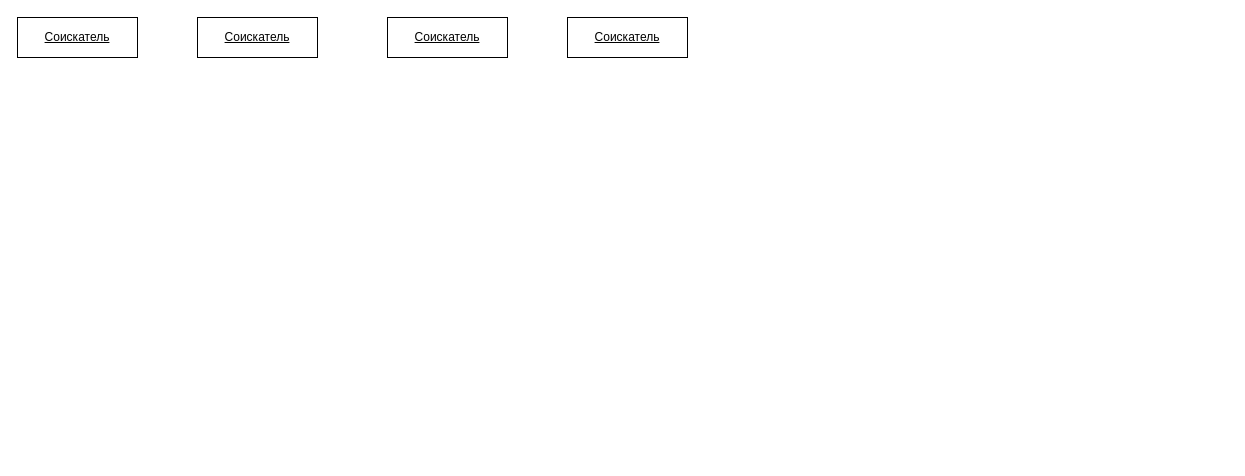
Above: page "Детализированная диаграмма" (2 of 2) of 1-3 Диаграмма последовательности.drawio in kostya1962/MaPAIS (draw.io), before the change. Source tidied: cells renumbered, new cells numbered last; positions are measured from the earlier drawing's top-left corner, leaving out a move shared by most shapes. Both pictures are drawn from the tidied source at 100%, with x=0, y=0 at pixel (17, 17).
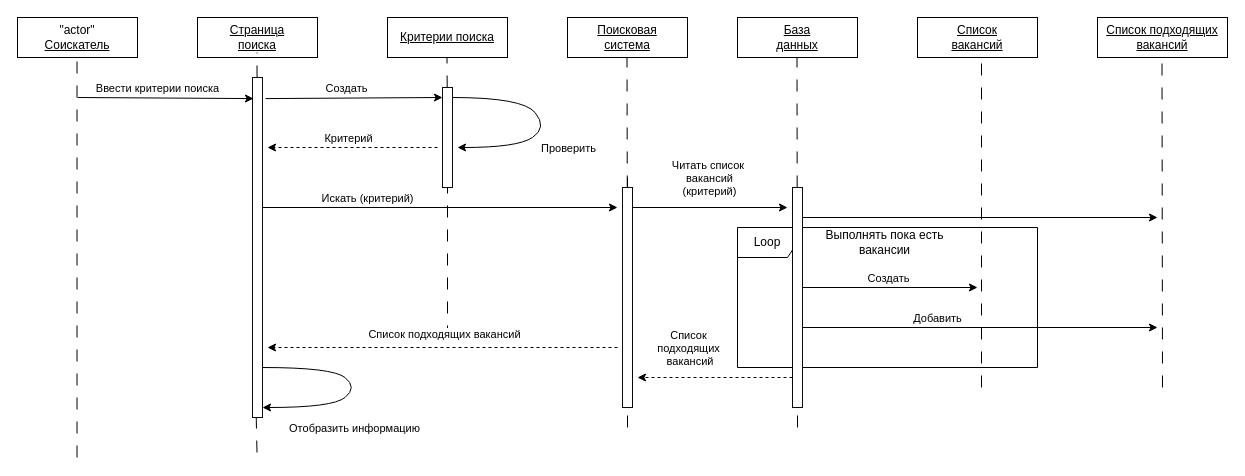
The same diagram, later.

Change to the diagram source:
```diff
@@
+    <mxCell id="10" value="Loop" style="shape=umlFrame;whiteSpace=wrap;html=1;" parent="1" vertex="1">
+      <mxGeometry x="720" y="210" width="300" height="140" as="geometry" />
+    </mxCell>
+    <mxCell id="11" style="endArrow=none;dashed=1;html=1;rounded=0;dashPattern=12 12;" parent="1" edge="1">
+      <mxGeometry relative="1" as="geometry">
+        <mxPoint x="610" y="410" as="sourcePoint" />
+        <mxPoint x="610" y="160" as="targetPoint" />
+      </mxGeometry>
+    </mxCell>
+    <mxCell id="12" style="rounded=0;whiteSpace=wrap;html=1;direction=south;strokeColor=#0C0C0C;" parent="1" vertex="1">
+      <mxGeometry x="605" y="170" width="10" height="220" as="geometry" />
+    </mxCell>
@@
-    <mxCell id="3" value="&lt;u&gt;Соискатель&lt;/u&gt;" style="text;html=1;align=center;verticalAlign=middle;whiteSpace=wrap;rounded=0;" parent="1" vertex="1">
+    <mxCell id="3" value="&lt;div&gt;&quot;actor&quot;&lt;/div&gt;&lt;u&gt;Соискатель&lt;/u&gt;" style="text;html=1;align=center;verticalAlign=middle;whiteSpace=wrap;rounded=0;" parent="1" vertex="1">
       <mxGeometry x="30" y="5" width="60" height="30" as="geometry" />
     </mxCell>
@@
-    <mxCell id="5" value="&lt;u&gt;Соискатель&lt;/u&gt;" style="text;html=1;align=center;verticalAlign=middle;whiteSpace=wrap;rounded=0;" parent="1" vertex="1">
+    <mxCell id="5" value="&lt;u&gt;Страница поиска&lt;/u&gt;" style="text;html=1;align=center;verticalAlign=middle;whiteSpace=wrap;rounded=0;" parent="1" vertex="1">
       <mxGeometry x="210" y="5" width="60" height="30" as="geometry" />
     </mxCell>
@@
-    <mxCell id="7" value="&lt;u&gt;Соискатель&lt;/u&gt;" style="text;html=1;align=center;verticalAlign=middle;whiteSpace=wrap;rounded=0;" parent="1" vertex="1">
-      <mxGeometry x="400" y="5" width="60" height="30" as="geometry" />
+    <mxCell id="7" value="&lt;u&gt;Критерии поиска&lt;/u&gt;" style="text;html=1;align=center;verticalAlign=middle;whiteSpace=wrap;rounded=0;" parent="1" vertex="1">
+      <mxGeometry x="380" y="5" width="100" height="30" as="geometry" />
     </mxCell>
@@
-    <mxCell id="9" value="&lt;u&gt;Соискатель&lt;/u&gt;" style="text;html=1;align=center;verticalAlign=middle;whiteSpace=wrap;rounded=0;" parent="1" vertex="1">
+    <mxCell id="9" value="&lt;u&gt;Поисковая система&lt;/u&gt;" style="text;html=1;align=center;verticalAlign=middle;whiteSpace=wrap;rounded=0;" parent="1" vertex="1">
       <mxGeometry x="580" y="5" width="60" height="30" as="geometry" />
     </mxCell>
+    <mxCell id="13" style="rounded=0;whiteSpace=wrap;html=1;" parent="1" vertex="1">
+      <mxGeometry x="720" width="120" height="40" as="geometry" />
+    </mxCell>
+    <mxCell id="14" value="&lt;u&gt;База данных&lt;/u&gt;" style="text;html=1;align=center;verticalAlign=middle;whiteSpace=wrap;rounded=0;" parent="1" vertex="1">
+      <mxGeometry x="750" y="5" width="60" height="30" as="geometry" />
+    </mxCell>
+    <mxCell id="15" style="rounded=0;whiteSpace=wrap;html=1;" parent="1" vertex="1">
+      <mxGeometry x="900" width="120" height="40" as="geometry" />
+    </mxCell>
+    <mxCell id="16" value="&lt;u&gt;Список вакансий&lt;/u&gt;" style="text;html=1;align=center;verticalAlign=middle;whiteSpace=wrap;rounded=0;" parent="1" vertex="1">
+      <mxGeometry x="930" y="5" width="60" height="30" as="geometry" />
+    </mxCell>
+    <mxCell id="17" style="rounded=0;whiteSpace=wrap;html=1;" parent="1" vertex="1">
+      <mxGeometry x="1080" width="130" height="40" as="geometry" />
+    </mxCell>
+    <mxCell id="18" value="&lt;u&gt;Список подходящих вакансий&lt;/u&gt;" style="text;html=1;align=center;verticalAlign=middle;whiteSpace=wrap;rounded=0;" parent="1" vertex="1">
+      <mxGeometry x="1085" y="5" width="120" height="30" as="geometry" />
+    </mxCell>
+    <mxCell id="19" style="endArrow=none;dashed=1;html=1;rounded=0;entryX=0.5;entryY=1;entryDx=0;entryDy=0;dashPattern=12 12;" parent="1" edge="1">
+      <mxGeometry relative="1" as="geometry">
+        <mxPoint x="59.5" y="440" as="sourcePoint" />
+        <mxPoint x="59.5" y="40" as="targetPoint" />
+      </mxGeometry>
+    </mxCell>
+    <mxCell id="20" style="endArrow=none;dashed=1;html=1;rounded=0;entryX=0.5;entryY=1;entryDx=0;entryDy=0;dashPattern=12 12;" parent="1" edge="1" source="27">
+      <mxGeometry relative="1" as="geometry">
+        <mxPoint x="239.5" y="35" as="targetPoint" />
+      </mxGeometry>
+    </mxCell>
+    <mxCell id="21" style="endArrow=none;dashed=1;html=1;rounded=0;entryX=0.5;entryY=1;entryDx=0;entryDy=0;dashPattern=12 12;" parent="1" edge="1" source="31">
+      <mxGeometry relative="1" as="geometry">
+        <mxPoint x="429.5" y="40" as="targetPoint" />
+      </mxGeometry>
+    </mxCell>
+    <mxCell id="22" style="endArrow=none;dashed=1;html=1;rounded=0;entryX=0.5;entryY=1;entryDx=0;entryDy=0;dashPattern=12 12;" parent="1" edge="1" source="12">
+      <mxGeometry relative="1" as="geometry">
+        <mxPoint x="609.5" y="40" as="targetPoint" />
+      </mxGeometry>
+    </mxCell>
+    <mxCell id="23" style="endArrow=none;dashed=1;html=1;rounded=0;entryX=0.5;entryY=1;entryDx=0;entryDy=0;dashPattern=12 12;" parent="1" edge="1">
+      <mxGeometry relative="1" as="geometry">
+        <mxPoint x="780" y="410" as="sourcePoint" />
+        <mxPoint x="779.5" y="40" as="targetPoint" />
+      </mxGeometry>
+    </mxCell>
+    <mxCell id="24" style="endArrow=none;dashed=1;html=1;rounded=0;entryX=0.5;entryY=1;entryDx=0;entryDy=0;dashPattern=12 12;" parent="1" edge="1">
+      <mxGeometry relative="1" as="geometry">
+        <mxPoint x="964" y="370" as="sourcePoint" />
+        <mxPoint x="964" y="35" as="targetPoint" />
+      </mxGeometry>
+    </mxCell>
+    <mxCell id="25" style="endArrow=none;dashed=1;html=1;rounded=0;entryX=0.5;entryY=1;entryDx=0;entryDy=0;dashPattern=12 12;" parent="1" edge="1">
+      <mxGeometry relative="1" as="geometry">
+        <mxPoint x="1145" y="370" as="sourcePoint" />
+        <mxPoint x="1144.5" y="40" as="targetPoint" />
+      </mxGeometry>
+    </mxCell>
+    <mxCell id="26" style="endArrow=none;dashed=1;html=1;rounded=0;entryX=0.5;entryY=1;entryDx=0;entryDy=0;dashPattern=12 12;" parent="1" edge="1" target="27">
+      <mxGeometry relative="1" as="geometry">
+        <mxPoint x="239.5" y="435" as="sourcePoint" />
+      </mxGeometry>
+    </mxCell>
+    <mxCell id="27" style="rounded=0;whiteSpace=wrap;html=1;direction=south;strokeColor=#0C0C0C;" parent="1" vertex="1">
+      <mxGeometry x="235" y="60" width="10" height="340" as="geometry" />
+    </mxCell>
+    <mxCell id="28" style="endArrow=classic;html=1;rounded=0;entryX=0.062;entryY=0.9;entryDx=0;entryDy=0;entryPerimeter=0;" parent="1" edge="1" target="27">
+      <mxGeometry relative="1" as="geometry">
+        <mxPoint x="60" y="80" as="sourcePoint" />
+      </mxGeometry>
+    </mxCell>
+    <mxCell id="29" value="Ввести критерии поиска" style="edgeLabel;html=1;align=center;verticalAlign=middle;" parent="28" vertex="1">
+      <mxGeometry x="-0.25" y="-2" relative="1" as="geometry">
+        <mxPoint x="14" y="-12" as="offset" />
+      </mxGeometry>
+    </mxCell>
+    <mxCell id="30" style="endArrow=none;dashed=1;html=1;rounded=0;entryX=1;entryY=0.5;entryDx=0;entryDy=0;dashPattern=12 12;" parent="1" edge="1" target="31">
+      <mxGeometry relative="1" as="geometry">
+        <mxPoint x="430" y="320" as="sourcePoint" />
+      </mxGeometry>
+    </mxCell>
+    <mxCell id="31" style="rounded=0;whiteSpace=wrap;html=1;direction=south;strokeColor=#0C0C0C;" parent="1" vertex="1">
+      <mxGeometry x="425" y="70" width="10" height="100" as="geometry" />
+    </mxCell>
+    <mxCell id="32" style="endArrow=classic;html=1;rounded=0;entryX=0.062;entryY=0.9;entryDx=0;entryDy=0;entryPerimeter=0;exitX=0.062;exitY=-0.3;exitDx=0;exitDy=0;exitPerimeter=0;" parent="1" edge="1" source="27">
+      <mxGeometry relative="1" as="geometry">
+        <mxPoint x="425" y="80" as="targetPoint" />
+      </mxGeometry>
+    </mxCell>
+    <mxCell id="33" value="Создать" style="edgeLabel;html=1;align=center;verticalAlign=middle;" parent="32" vertex="1">
+      <mxGeometry x="-0.25" y="-2" relative="1" as="geometry">
+        <mxPoint x="14" y="-12" as="offset" />
+      </mxGeometry>
+    </mxCell>
+    <mxCell id="34" style="endArrow=classic;html=1;rounded=0;dashed=1;" parent="1" edge="1">
+      <mxGeometry relative="1" as="geometry">
+        <mxPoint x="420" y="130" as="sourcePoint" />
+        <mxPoint x="250" y="130" as="targetPoint" />
+      </mxGeometry>
+    </mxCell>
+    <mxCell id="35" value="Критерий" style="edgeLabel;html=1;align=center;verticalAlign=middle;" parent="34" vertex="1">
+      <mxGeometry x="-0.25" y="-2" relative="1" as="geometry">
+        <mxPoint x="-26" y="-8" as="offset" />
+      </mxGeometry>
+    </mxCell>
+    <mxCell id="36" style="endArrow=classic;html=1;rounded=0;" parent="1" edge="1">
+      <mxGeometry relative="1" as="geometry">
+        <mxPoint x="245" y="190" as="sourcePoint" />
+        <mxPoint x="600" y="190" as="targetPoint" />
+      </mxGeometry>
+    </mxCell>
+    <mxCell id="37" value="Искать (критерий)" style="edgeLabel;html=1;align=center;verticalAlign=middle;" parent="36" vertex="1">
+      <mxGeometry x="-0.25" y="-2" relative="1" as="geometry">
+        <mxPoint x="-29" y="-12" as="offset" />
+      </mxGeometry>
+    </mxCell>
+    <mxCell id="38" style="endArrow=classic;html=1;rounded=0;dashed=1;" parent="1" edge="1">
+      <mxGeometry relative="1" as="geometry">
+        <mxPoint x="600" y="330" as="sourcePoint" />
+        <mxPoint x="250" y="330" as="targetPoint" />
+      </mxGeometry>
+    </mxCell>
+    <mxCell id="39" value="Список подходящих вакансий" style="edgeLabel;html=1;align=center;verticalAlign=middle;" parent="38" vertex="1">
+      <mxGeometry x="-0.25" y="-2" relative="1" as="geometry">
+        <mxPoint x="-43" y="-12" as="offset" />
+      </mxGeometry>
+    </mxCell>
+    <mxCell id="40" style="endArrow=classic;html=1;rounded=0;entryX=0.97;entryY=0.1;entryDx=0;entryDy=0;entryPerimeter=0;jumpStyle=none;curved=1;" parent="1" edge="1">
+      <mxGeometry relative="1" as="geometry">
+        <mxPoint x="245" y="350" as="sourcePoint" />
+        <mxPoint x="245" y="390" as="targetPoint" />
+        <Array as="points">
+          <mxPoint x="315" y="350" />
+          <mxPoint x="340" y="370" />
+          <mxPoint x="315" y="390" />
+        </Array>
+      </mxGeometry>
+    </mxCell>
+    <mxCell id="41" value="Отобразить информацию" style="edgeLabel;html=1;align=center;verticalAlign=middle;" parent="40" vertex="1">
+      <mxGeometry x="0.41" y="-1" relative="1" as="geometry">
+        <mxPoint x="31" y="21" as="offset" />
+      </mxGeometry>
+    </mxCell>
+    <mxCell id="42" style="endArrow=classic;html=1;rounded=0;jumpStyle=none;curved=1;" parent="1" edge="1">
+      <mxGeometry relative="1" as="geometry">
+        <mxPoint x="435" y="80" as="sourcePoint" />
+        <mxPoint x="440" y="130" as="targetPoint" />
+        <Array as="points">
+          <mxPoint x="505" y="80" />
+          <mxPoint x="530" y="110" />
+          <mxPoint x="500" y="130" />
+        </Array>
+      </mxGeometry>
+    </mxCell>
+    <mxCell id="43" value="Проверить" style="edgeLabel;html=1;align=center;verticalAlign=middle;" parent="42" vertex="1">
+      <mxGeometry x="0.41" y="-1" relative="1" as="geometry">
+        <mxPoint x="50" y="1" as="offset" />
+      </mxGeometry>
+    </mxCell>
+    <mxCell id="44" style="endArrow=classic;html=1;rounded=0;" parent="1" edge="1">
+      <mxGeometry relative="1" as="geometry">
+        <mxPoint x="615" y="190" as="sourcePoint" />
+        <mxPoint x="770" y="190" as="targetPoint" />
+      </mxGeometry>
+    </mxCell>
+    <mxCell id="45" value="Читать список&amp;nbsp;&lt;div&gt;вакансий&lt;/div&gt;&lt;div&gt;(критерий)&lt;/div&gt;" style="edgeLabel;html=1;align=center;verticalAlign=middle;" parent="44" vertex="1">
+      <mxGeometry x="-0.25" y="-2" relative="1" as="geometry">
+        <mxPoint x="18" y="-32" as="offset" />
+      </mxGeometry>
+    </mxCell>
+    <mxCell id="46" style="rounded=0;whiteSpace=wrap;html=1;direction=south;strokeColor=#0C0C0C;" parent="1" vertex="1">
+      <mxGeometry x="775" y="170" width="10" height="220" as="geometry" />
+    </mxCell>
+    <mxCell id="47" style="endArrow=classic;html=1;rounded=0;dashed=1;" parent="1" edge="1">
+      <mxGeometry relative="1" as="geometry">
+        <mxPoint x="775" y="360" as="sourcePoint" />
+        <mxPoint x="620" y="360" as="targetPoint" />
+      </mxGeometry>
+    </mxCell>
+    <mxCell id="48" value="Список&lt;div&gt;подходящих&lt;div&gt;&amp;nbsp;вакансий&lt;/div&gt;&lt;/div&gt;" style="edgeLabel;html=1;align=center;verticalAlign=middle;" parent="47" vertex="1">
+      <mxGeometry x="-0.25" y="-2" relative="1" as="geometry">
+        <mxPoint x="-47" y="-28" as="offset" />
+      </mxGeometry>
+    </mxCell>
+    <mxCell id="49" value="Выполнять пока есть вакансии" style="text;html=1;align=center;verticalAlign=middle;whiteSpace=wrap;rounded=0;" parent="1" vertex="1">
+      <mxGeometry x="785" y="210" width="165" height="30" as="geometry" />
+    </mxCell>
+    <mxCell id="50" style="endArrow=classic;html=1;rounded=0;" parent="1" edge="1">
+      <mxGeometry relative="1" as="geometry">
+        <mxPoint x="785" y="270" as="sourcePoint" />
+        <mxPoint x="960" y="270" as="targetPoint" />
+      </mxGeometry>
+    </mxCell>
+    <mxCell id="51" value="Создать" style="edgeLabel;html=1;align=center;verticalAlign=middle;" parent="50" vertex="1">
+      <mxGeometry x="-0.25" y="-2" relative="1" as="geometry">
+        <mxPoint x="19" y="-12" as="offset" />
+      </mxGeometry>
+    </mxCell>
+    <mxCell id="52" style="endArrow=classic;html=1;rounded=0;" parent="1" edge="1">
+      <mxGeometry relative="1" as="geometry">
+        <mxPoint x="785" y="310" as="sourcePoint" />
+        <mxPoint x="1140" y="310" as="targetPoint" />
+      </mxGeometry>
+    </mxCell>
+    <mxCell id="53" value="Добавить" style="edgeLabel;html=1;align=center;verticalAlign=middle;" parent="52" vertex="1">
+      <mxGeometry x="-0.25" y="-2" relative="1" as="geometry">
+        <mxPoint x="1" y="-12" as="offset" />
+      </mxGeometry>
+    </mxCell>
+    <mxCell id="54" style="endArrow=classic;html=1;rounded=0;" parent="1" edge="1">
+      <mxGeometry relative="1" as="geometry">
+        <mxPoint x="785" y="200" as="sourcePoint" />
+        <mxPoint x="1140" y="200" as="targetPoint" />
+      </mxGeometry>
+    </mxCell>
```
